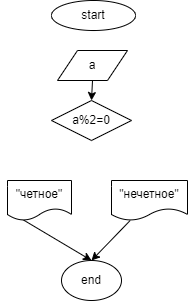
Above: Ex02/diagram.drawio.png in marusssh/C- (draw.io), before the change. Source tidied: cells renumbered, new cells last; positions are measured from the earlier drawing's top-left corner, leaving out a move shared by most shapes. Its diagram source:
```xml
<mxGraphModel>
  <root>
    <mxCell id="0" />
    <mxCell id="1" parent="0" />
    <mxCell id="2" style="edgeStyle=none;html=1;rounded=0;strokeColor=#FFFFFF;" parent="1" edge="1" source="3" target="5">
      <mxGeometry relative="1" as="geometry" />
    </mxCell>
    <mxCell id="3" value="start" style="ellipse;whiteSpace=wrap;html=1;rounded=0;" parent="1" vertex="1">
      <mxGeometry x="44" width="84" height="30" as="geometry" />
    </mxCell>
    <mxCell id="4" style="edgeStyle=none;html=1;exitX=0.5;exitY=1;exitDx=0;exitDy=0;entryX=0.5;entryY=0;entryDx=0;entryDy=0;" parent="1" edge="1" source="5" target="8">
      <mxGeometry relative="1" as="geometry" />
    </mxCell>
    <mxCell id="5" value="a" style="shape=parallelogram;perimeter=parallelogramPerimeter;whiteSpace=wrap;html=1;fixedSize=1;rounded=0;" parent="1" vertex="1">
      <mxGeometry x="50" y="50" width="70" height="30" as="geometry" />
    </mxCell>
    <mxCell id="6" style="edgeStyle=none;html=1;rounded=0;strokeColor=#FFFFFF;entryX=0.5;entryY=0;entryDx=0;entryDy=0;" parent="1" edge="1" source="8" target="15">
      <mxGeometry relative="1" as="geometry" />
    </mxCell>
    <mxCell id="7" style="edgeStyle=none;html=1;entryX=0.5;entryY=0;entryDx=0;entryDy=0;rounded=0;strokeColor=#FFFFFF;" parent="1" edge="1" source="8" target="12">
      <mxGeometry relative="1" as="geometry" />
    </mxCell>
    <mxCell id="8" value="a%2=0" style="rhombus;whiteSpace=wrap;html=1;rounded=0;" parent="1" vertex="1">
      <mxGeometry x="44" y="100" width="80" height="40" as="geometry" />
    </mxCell>
    <mxCell id="9" value="yes&lt;br&gt;" style="text;html=1;align=center;verticalAlign=middle;strokeColor=none;fillColor=none;rounded=0;fontColor=#FFFFFF;" parent="1" vertex="1">
      <mxGeometry x="34" y="130" width="30" height="20" as="geometry" />
    </mxCell>
    <mxCell id="10" value="no" style="text;html=1;align=center;verticalAlign=middle;strokeColor=none;fillColor=none;rounded=0;fontColor=#FFFFFF;" parent="1" vertex="1">
      <mxGeometry x="98" y="130" width="30" height="20" as="geometry" />
    </mxCell>
    <mxCell id="11" style="edgeStyle=none;html=1;exitX=0;exitY=0.75;exitDx=0;exitDy=0;entryX=0.5;entryY=0;entryDx=0;entryDy=0;" parent="1" edge="1" source="12" target="13">
      <mxGeometry relative="1" as="geometry" />
    </mxCell>
    <mxCell id="12" value="&quot;четное&quot;" style="shape=document;whiteSpace=wrap;html=1;boundedLbl=1;rounded=0;" parent="1" vertex="1">
      <mxGeometry y="180" width="64" height="40" as="geometry" />
    </mxCell>
    <mxCell id="13" value="end" style="ellipse;whiteSpace=wrap;html=1;rounded=0;" parent="1" vertex="1">
      <mxGeometry x="54" y="260" width="60" height="40" as="geometry" />
    </mxCell>
    <mxCell id="14" style="edgeStyle=none;html=1;entryX=0.5;entryY=0;entryDx=0;entryDy=0;" parent="1" edge="1" source="15" target="13">
      <mxGeometry relative="1" as="geometry" />
    </mxCell>
    <mxCell id="15" value="&quot;нечетное&quot;" style="shape=document;whiteSpace=wrap;html=1;boundedLbl=1;rounded=0;" parent="1" vertex="1">
      <mxGeometry x="104" y="180" width="76" height="40" as="geometry" />
    </mxCell>
  </root>
</mxGraphModel>
```
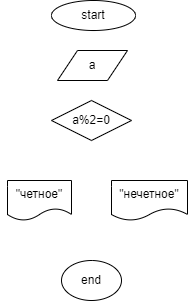
After the commit.

Commit message:
Исправили цвет стрелок в блок-схеме

Change to the diagram source:
```diff
@@ -8,7 +8,7 @@
     <mxCell id="3" value="start" style="ellipse;whiteSpace=wrap;html=1;rounded=0;" parent="1" vertex="1">
       <mxGeometry x="44" width="84" height="30" as="geometry" />
     </mxCell>
-    <mxCell id="4" style="edgeStyle=none;html=1;exitX=0.5;exitY=1;exitDx=0;exitDy=0;entryX=0.5;entryY=0;entryDx=0;entryDy=0;" parent="1" edge="1" source="5" target="8">
+    <mxCell id="4" style="edgeStyle=none;html=1;exitX=0.5;exitY=1;exitDx=0;exitDy=0;entryX=0.5;entryY=0;entryDx=0;entryDy=0;strokeColor=#FFFFFF;" parent="1" edge="1" source="5" target="8">
       <mxGeometry relative="1" as="geometry" />
     </mxCell>
     <mxCell id="5" value="a" style="shape=parallelogram;perimeter=parallelogramPerimeter;whiteSpace=wrap;html=1;fixedSize=1;rounded=0;" parent="1" vertex="1">
@@ -29,7 +29,7 @@
     <mxCell id="10" value="no" style="text;html=1;align=center;verticalAlign=middle;strokeColor=none;fillColor=none;rounded=0;fontColor=#FFFFFF;" parent="1" vertex="1">
       <mxGeometry x="98" y="130" width="30" height="20" as="geometry" />
     </mxCell>
-    <mxCell id="11" style="edgeStyle=none;html=1;exitX=0;exitY=0.75;exitDx=0;exitDy=0;entryX=0.5;entryY=0;entryDx=0;entryDy=0;" parent="1" edge="1" source="12" target="13">
+    <mxCell id="11" style="edgeStyle=none;html=1;exitX=0;exitY=0.75;exitDx=0;exitDy=0;entryX=0.5;entryY=0;entryDx=0;entryDy=0;strokeColor=#FFFFFF;" parent="1" edge="1" source="12" target="13">
       <mxGeometry relative="1" as="geometry" />
     </mxCell>
     <mxCell id="12" value="&quot;четное&quot;" style="shape=document;whiteSpace=wrap;html=1;boundedLbl=1;rounded=0;" parent="1" vertex="1">
@@ -38,7 +38,7 @@
     <mxCell id="13" value="end" style="ellipse;whiteSpace=wrap;html=1;rounded=0;" parent="1" vertex="1">
       <mxGeometry x="54" y="260" width="60" height="40" as="geometry" />
     </mxCell>
-    <mxCell id="14" style="edgeStyle=none;html=1;entryX=0.5;entryY=0;entryDx=0;entryDy=0;" parent="1" edge="1" source="15" target="13">
+    <mxCell id="14" style="edgeStyle=none;html=1;entryX=0.5;entryY=0;entryDx=0;entryDy=0;strokeColor=#FFFFFF;" parent="1" edge="1" source="15" target="13">
       <mxGeometry relative="1" as="geometry" />
     </mxCell>
     <mxCell id="15" value="&quot;нечетное&quot;" style="shape=document;whiteSpace=wrap;html=1;boundedLbl=1;rounded=0;" parent="1" vertex="1">
```
